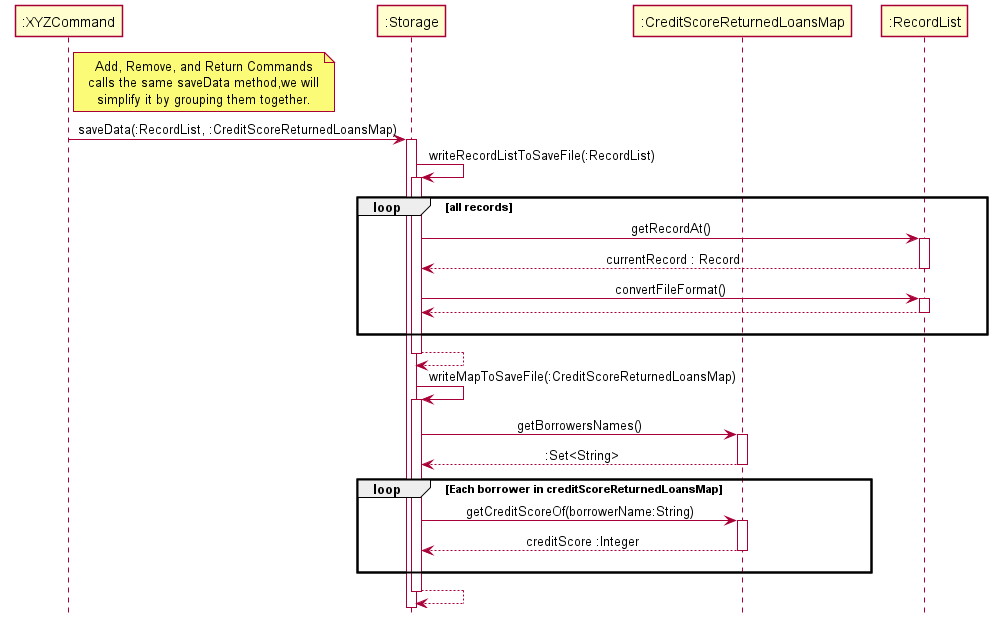
Above: docs/img/StorageSequenceDiagramSave.png in nus-cs2113-AY2021S2/tp (PlantUML), before the change.
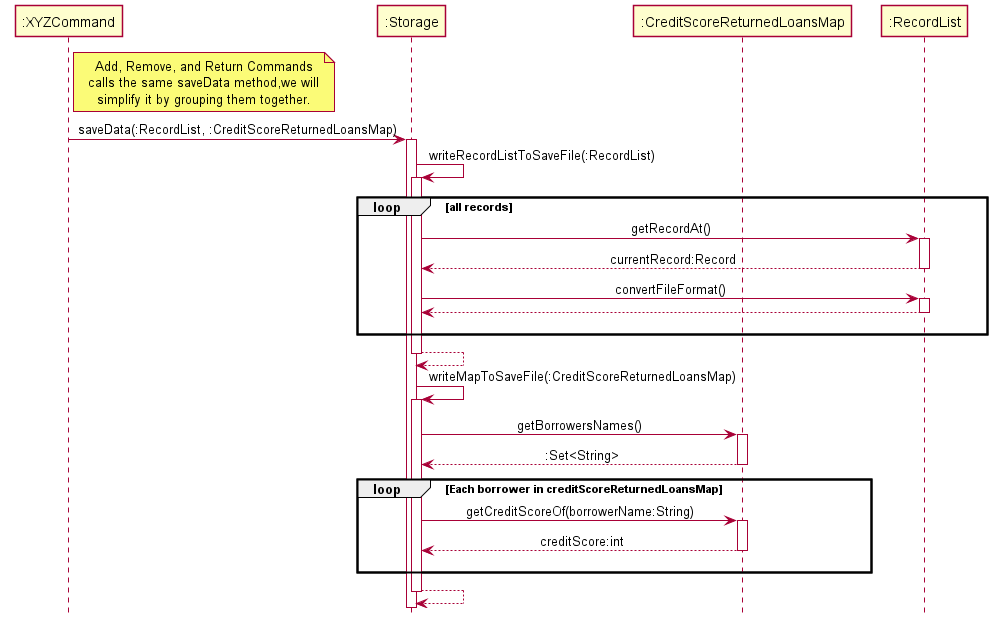
Above is the later version.

The edit, as a diff of the source:
```diff
@@ -19,7 +19,7 @@
 Loop all records
 Storage -> RecordList : getRecordAt()
 activate RecordList
-RecordList --> Storage : currentRecord : Record
+RecordList --> Storage : currentRecord:Record
 deactivate RecordList
 Storage -> RecordList : convertFileFormat()
 activate RecordList
@@ -41,7 +41,7 @@
 Loop Each borrower in creditScoreReturnedLoansMap
 Storage -> CSRLM : getCreditScoreOf(borrowerName:String)
 activate CSRLM
-CSRLM --> Storage : creditScore :Integer
+CSRLM --> Storage : creditScore:int
 deactivate CSRLM
 CSRLM --[Hidden]> Storage
 end loop
```
